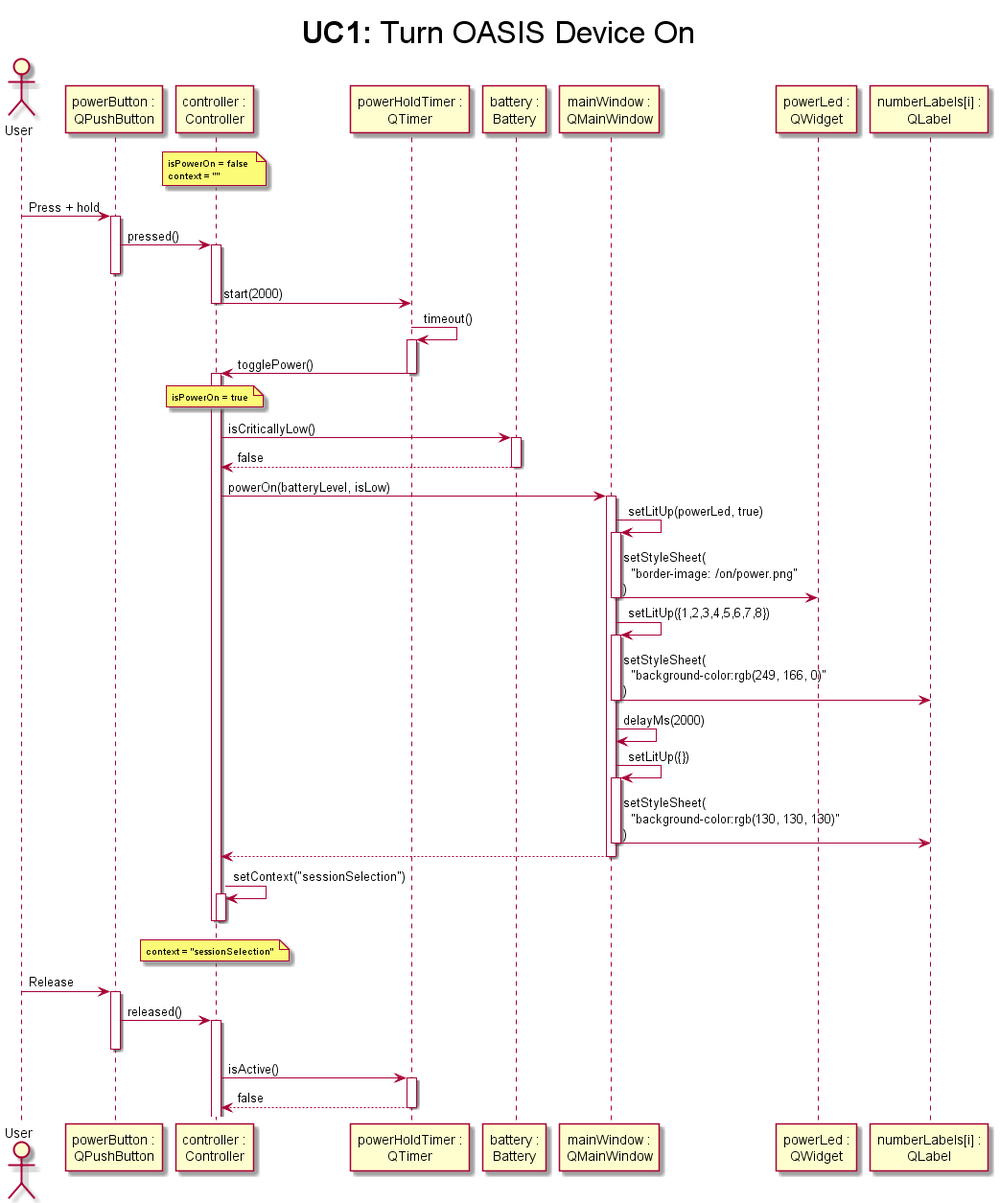
alejita11011/CES-Simulator keeps this PlantUML diagram as design/sequence/UC1-deviceOn.png. Above is the earlier version.
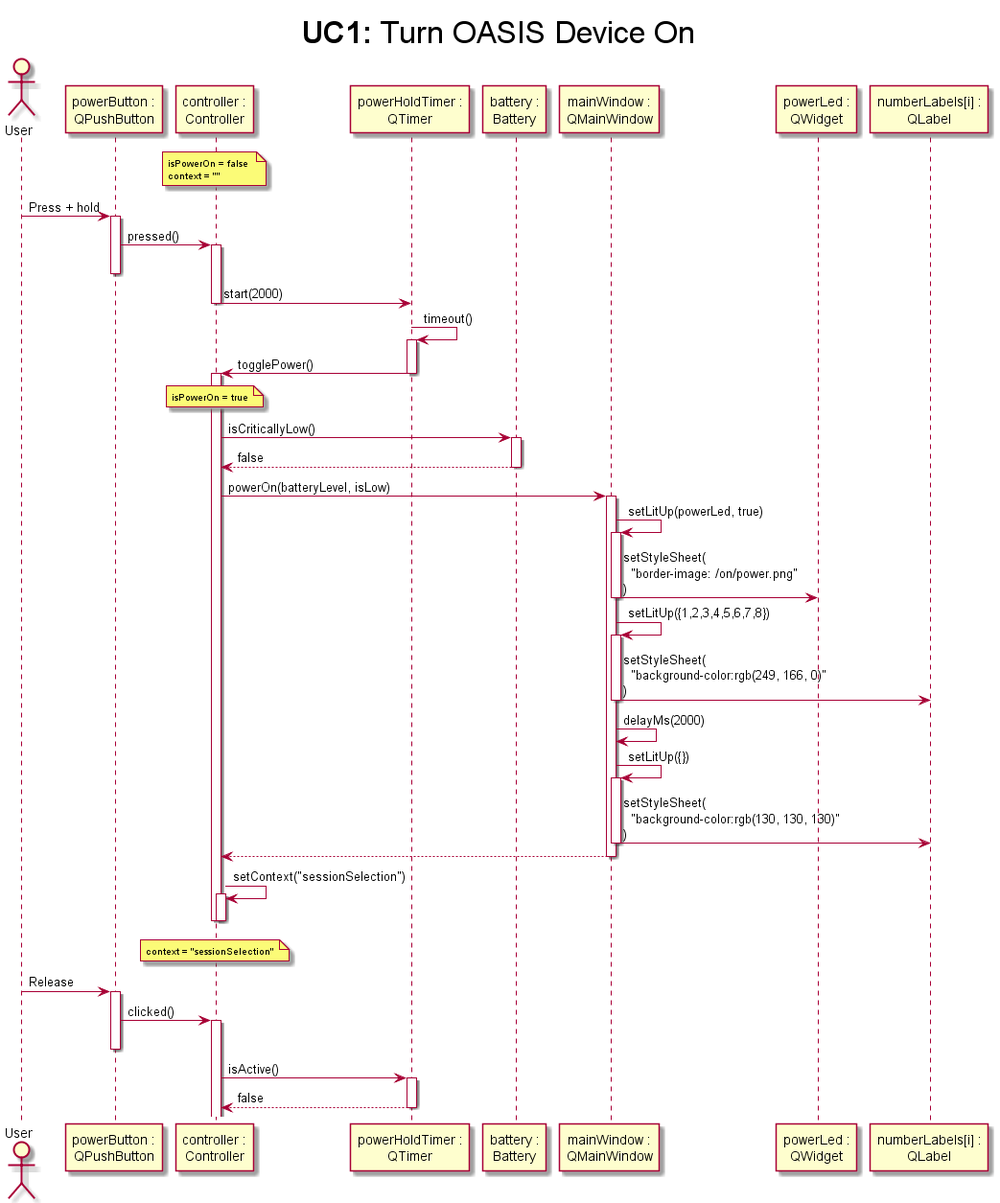
The same diagram one commit later.

Commit message:
Update diagrams using clicked() signal as done in #23

Diff of the diagram source:
```diff
@@ -1,4 +1,4 @@
-@startuml sequence-1
+@startuml UC1-deviceOn
 
 title <size:32>**UC1:** Turn OASIS Device On
 
@@ -35,7 +35,7 @@
 controller --
 
 user -> powerButton ++ : Release
-powerButton -> controller ++-- : released()
+powerButton -> controller ++-- : clicked()
 controller -> powerHoldTimer ++ : isActive()
 return false
 
```
